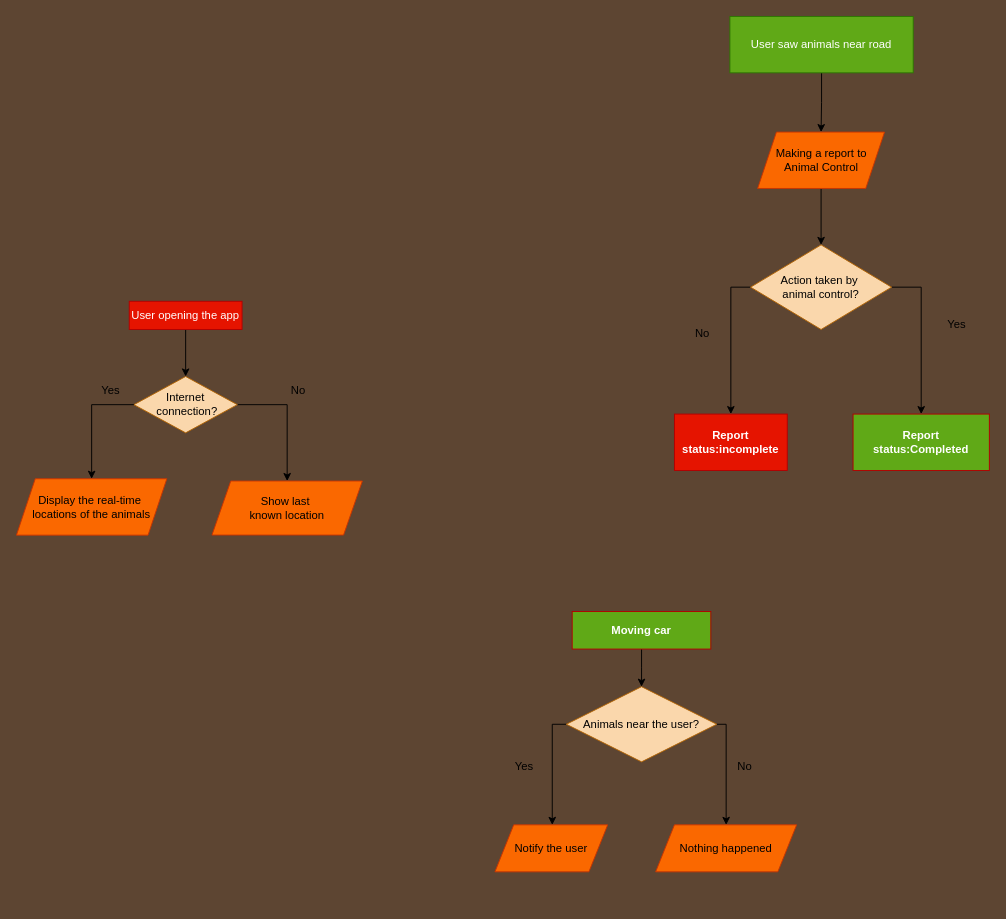
Before: SHELL PROJECT.drawio in hahafiz05/hahafiz05, a draw.io diagram. Source tidied: cells renumbered, new cells numbered last; positions are measured from the earlier drawing's top-left corner, leaving out a move shared by most shapes. Both pictures are drawn from the tidied source at 94%, with x=0, y=0 at pixel (16, 16).
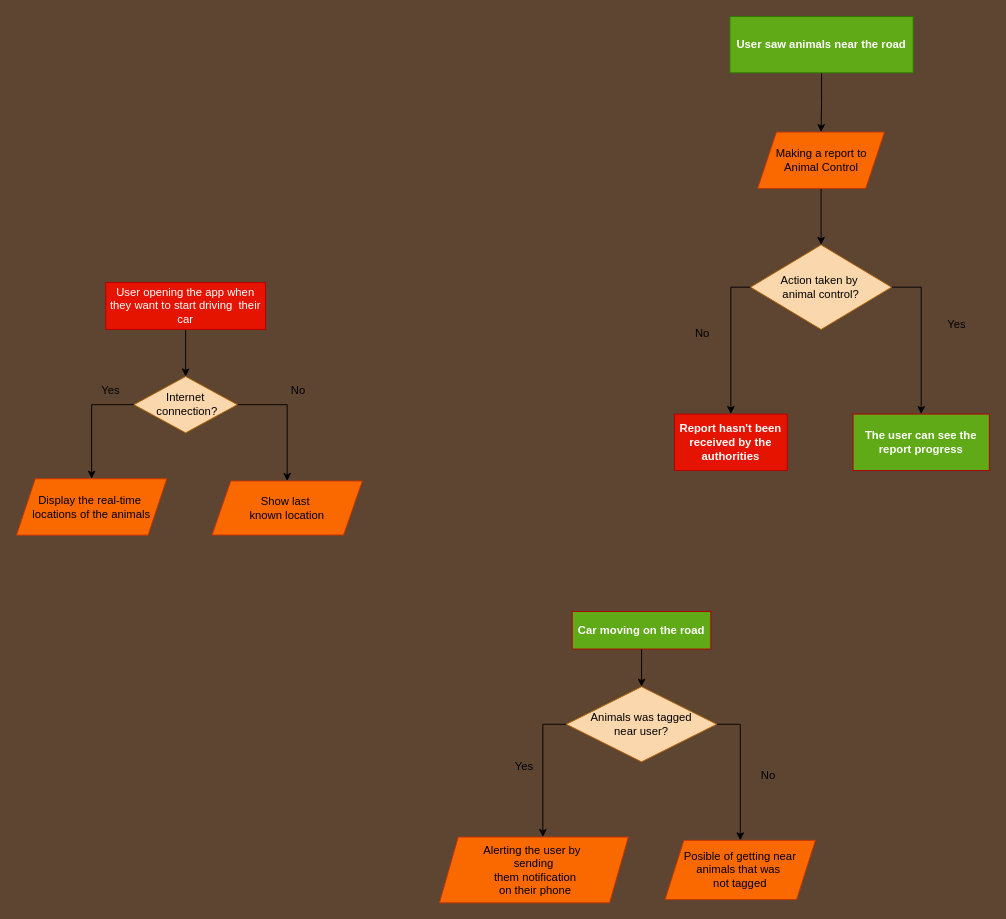
The same page after the edit.

Diff of the diagram source:
```diff
@@
-    <mxCell id="3" value="User opening the app" style="rounded=0;whiteSpace=wrap;html=1;fillColor=#e51400;fontColor=#ffffff;strokeColor=#B20000;" parent="1" vertex="1">
-      <mxGeometry x="120" y="303" width="120" height="30" as="geometry" />
+    <mxCell id="3" value="User opening the app when they want to start driving&amp;nbsp; their car" style="rounded=0;whiteSpace=wrap;html=1;fillColor=#e51400;fontColor=#ffffff;strokeColor=#B20000;" parent="1" vertex="1">
+      <mxGeometry x="95" y="283" width="170" height="50" as="geometry" />
     </mxCell>
@@
     <mxCell id="9" style="edgeStyle=orthogonalEdgeStyle;rounded=0;jettySize=auto;html=1;exitX=0;exitY=0.5;exitDx=0;exitDy=0;" parent="1" edge="1" source="11" target="12">
       <mxGeometry relative="1" as="geometry">
         <Array as="points">
-          <mxPoint x="570" y="753" />
+          <mxPoint x="560" y="753" />
         </Array>
       </mxGeometry>
     </mxCell>
     <mxCell id="10" style="edgeStyle=orthogonalEdgeStyle;rounded=0;jettySize=auto;html=1;entryX=0.5;entryY=0;entryDx=0;entryDy=0;" parent="1" edge="1" source="11" target="26">
       <mxGeometry relative="1" as="geometry">
         <Array as="points">
-          <mxPoint x="755" y="753" />
+          <mxPoint x="770" y="753" />
         </Array>
       </mxGeometry>
     </mxCell>
-    <mxCell id="11" value="Animals near the user?" style="rhombus;whiteSpace=wrap;html=1;fillColor=#fad7ac;strokeColor=#b46504;" parent="1" vertex="1">
+    <mxCell id="11" value="Animals was tagged&lt;div&gt;near user?&lt;/div&gt;" style="rhombus;whiteSpace=wrap;html=1;fillColor=#fad7ac;strokeColor=#b46504;" parent="1" vertex="1">
       <mxGeometry x="585" y="713" width="160" height="80" as="geometry" />
     </mxCell>
-    <mxCell id="12" value="Notify the user" style="shape=parallelogram;perimeter=parallelogramPerimeter;whiteSpace=wrap;html=1;fixedSize=1;fillColor=#fa6800;fontColor=#000000;strokeColor=#C73500;" parent="1" vertex="1">
-      <mxGeometry x="509" y="860" width="120" height="50" as="geometry" />
+    <mxCell id="12" value="Alerting the user by&amp;nbsp;&lt;div&gt;sending&lt;div&gt;&amp;nbsp;them notification&lt;/div&gt;&lt;div&gt;&amp;nbsp;on their phone&lt;/div&gt;&lt;/div&gt;" style="shape=parallelogram;perimeter=parallelogramPerimeter;whiteSpace=wrap;html=1;fixedSize=1;fillColor=#fa6800;fontColor=#000000;strokeColor=#C73500;" parent="1" vertex="1">
+      <mxGeometry x="450" y="873" width="201" height="70" as="geometry" />
     </mxCell>
@@
-    <mxCell id="18" value="&lt;b&gt;Report status:Completed&lt;/b&gt;" style="whiteSpace=wrap;html=1;fillColor=light-dark(#60a917, #ff9281);strokeColor=#B20000;fontColor=#ffffff;" parent="1" vertex="1">
+    <mxCell id="18" value="&lt;b&gt;The user can see the report progress&lt;/b&gt;" style="whiteSpace=wrap;html=1;fillColor=light-dark(#60a917, #ff9281);strokeColor=#B20000;fontColor=#ffffff;" parent="1" vertex="1">
       <mxGeometry x="890" y="423" width="145" height="60" as="geometry" />
     </mxCell>
-    <mxCell id="19" value="&lt;strong&gt;Report status:incomplete&lt;/strong&gt;" style="whiteSpace=wrap;html=1;fillColor=#e51400;fontColor=#ffffff;strokeColor=#B20000;" parent="1" vertex="1">
+    <mxCell id="19" value="&lt;b&gt;Report hasn't been received by the authorities&lt;/b&gt;" style="whiteSpace=wrap;html=1;fillColor=#e51400;fontColor=#ffffff;strokeColor=#B20000;" parent="1" vertex="1">
       <mxGeometry x="700" y="423" width="120" height="60" as="geometry" />
     </mxCell>
@@
     <mxCell id="21" value="No" style="text;html=1;align=center;verticalAlign=middle;whiteSpace=wrap;rounded=0;" parent="1" vertex="1">
-      <mxGeometry x="745" y="783" width="60" height="30" as="geometry" />
+      <mxGeometry x="770" y="793" width="60" height="30" as="geometry" />
     </mxCell>
@@
-    <mxCell id="26" value="Nothing happened" style="shape=parallelogram;perimeter=parallelogramPerimeter;whiteSpace=wrap;html=1;fixedSize=1;fillColor=#fa6800;fontColor=#000000;strokeColor=#C73500;" parent="1" vertex="1">
-      <mxGeometry x="680" y="860" width="150" height="50" as="geometry" />
+    <mxCell id="26" value="Posible of getting near animals that was&amp;nbsp;&lt;div&gt;not tagged&lt;/div&gt;" style="shape=parallelogram;perimeter=parallelogramPerimeter;whiteSpace=wrap;html=1;fixedSize=1;fillColor=#fa6800;fontColor=#000000;strokeColor=#C73500;" parent="1" vertex="1">
+      <mxGeometry x="690" y="876.5" width="160" height="63" as="geometry" />
     </mxCell>
@@
-    <mxCell id="28" value="User saw animals near road" style="rounded=0;whiteSpace=wrap;html=1;fillColor=light-dark(#60a917, #ff9281);fontColor=#ffffff;strokeColor=#2D7600;" parent="1" vertex="1">
+    <mxCell id="28" value="&lt;b&gt;User saw animals near the road&lt;/b&gt;" style="rounded=0;whiteSpace=wrap;html=1;fillColor=light-dark(#60a917, #ff9281);fontColor=#ffffff;strokeColor=#2D7600;" parent="1" vertex="1">
       <mxGeometry x="759" width="195" height="60" as="geometry" />
     </mxCell>
@@
-    <mxCell id="30" value="&lt;b&gt;Moving car&lt;/b&gt;" style="whiteSpace=wrap;html=1;fillColor=light-dark(#60a917, #ff9281);strokeColor=#B20000;fontColor=#ffffff;" parent="1" vertex="1">
+    <mxCell id="30" value="&lt;b&gt;Car moving on the road&lt;/b&gt;" style="whiteSpace=wrap;html=1;fillColor=light-dark(#60a917, #ff9281);strokeColor=#B20000;fontColor=#ffffff;" parent="1" vertex="1">
       <mxGeometry x="591.2" y="633" width="147.5" height="40" as="geometry" />
     </mxCell>
```
